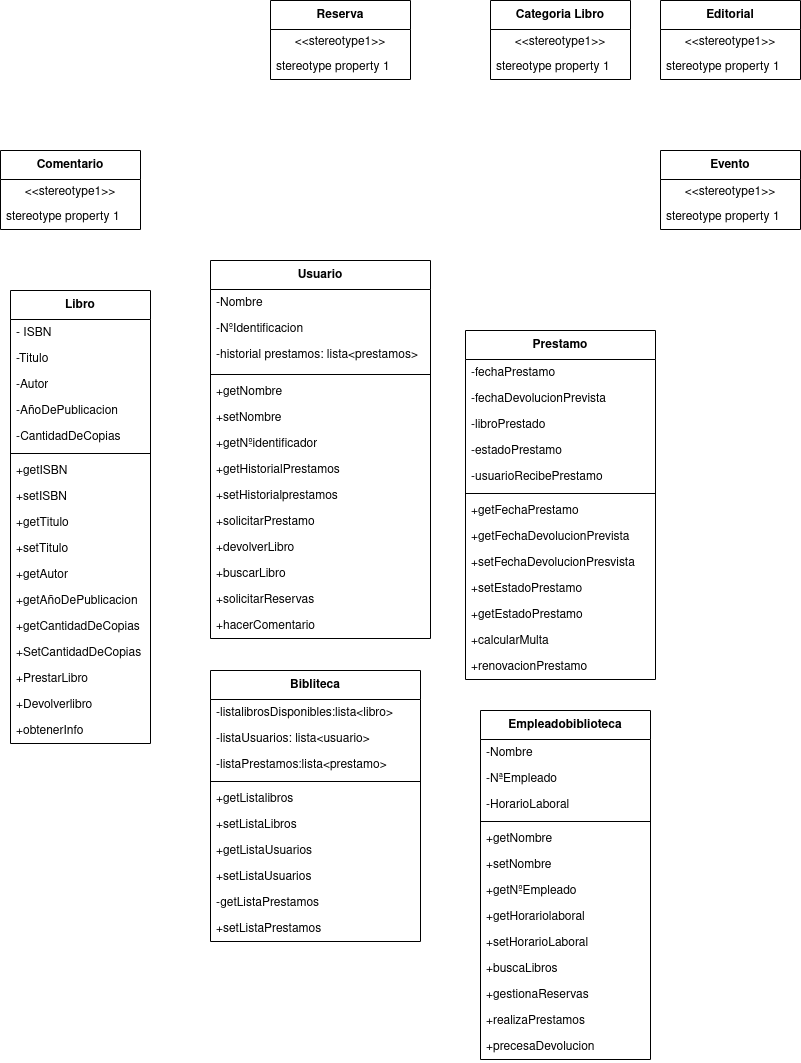
The draw.io diagram practicas/DiagramaDeClasesProyecto.png in adogonz23/programacion, before a commit. Source tidied: cells renumbered, new cells last; positions are measured from the earlier drawing's top-left corner, leaving out a move shared by most shapes.
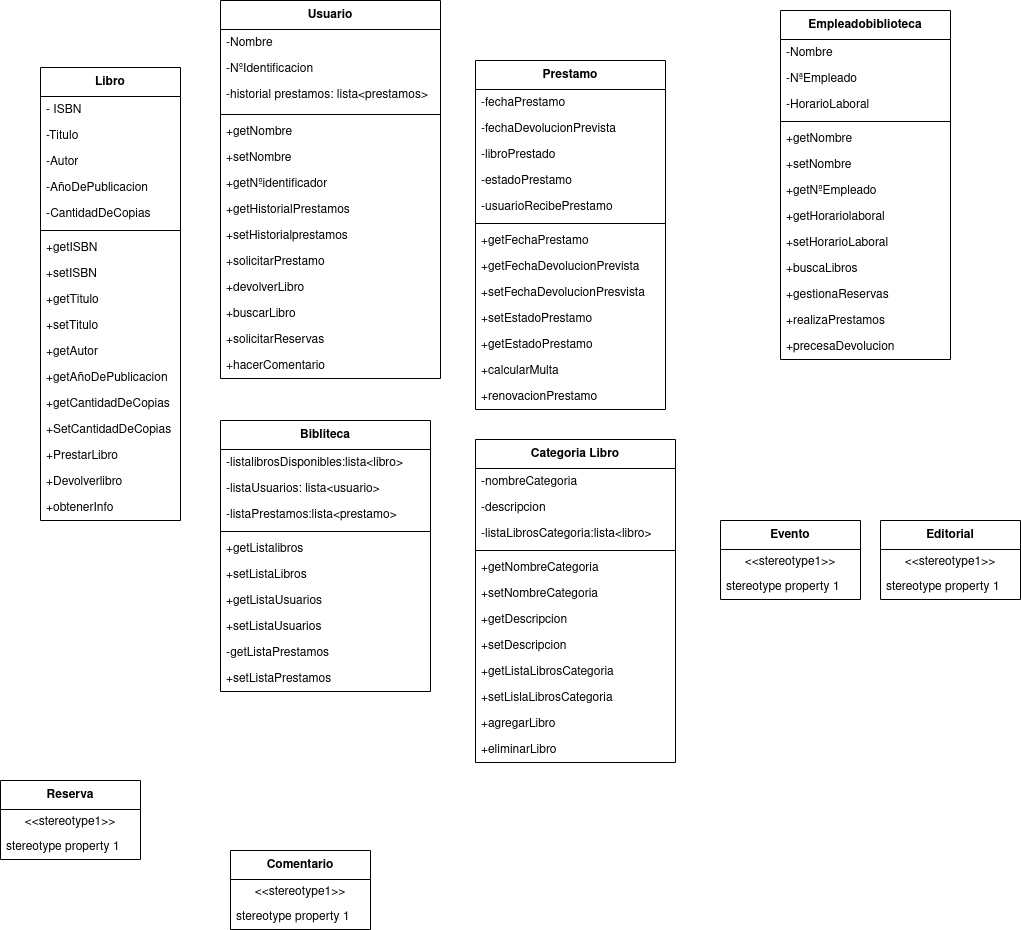
Above is the later version.

What changed in the source:
```diff
@@ -1,9 +1,9 @@
-<mxGraphModel>
+<mxGraphModel background="#ffffff">
   <root>
     <mxCell id="0" />
     <mxCell id="1" parent="0" />
     <mxCell id="2" value="Bibliteca" style="swimlane;fontStyle=1;align=center;verticalAlign=middle;horizontal=1;startSize=29;html=1;whiteSpace=wrap;" parent="1" vertex="1">
-      <mxGeometry x="210" y="670" width="210" height="271" as="geometry" />
+      <mxGeometry x="210" y="410" width="210" height="271" as="geometry" />
     </mxCell>
     <mxCell id="3" value="-listalibrosDisponibles:lista&amp;lt;libro&amp;gt;" style="text;strokeColor=none;fillColor=none;align=left;verticalAlign=top;spacingLeft=4;spacingRight=4;overflow=hidden;whiteSpace=wrap;html=1;" parent="2" vertex="1">
       <mxGeometry y="29" width="210" height="26" as="geometry" />
@@ -36,7 +36,7 @@
       <mxGeometry y="245" width="210" height="26" as="geometry" />
     </mxCell>
     <mxCell id="13" value="Prestamo" style="swimlane;fontStyle=1;align=center;verticalAlign=middle;horizontal=1;startSize=29;html=1;whiteSpace=wrap;" parent="1" vertex="1">
-      <mxGeometry x="465" y="330" width="190" height="349" as="geometry" />
+      <mxGeometry x="465" y="50" width="190" height="349" as="geometry" />
     </mxCell>
     <mxCell id="14" value="-fechaPrestamo" style="text;strokeColor=none;fillColor=none;align=left;verticalAlign=top;spacingLeft=4;spacingRight=4;overflow=hidden;whiteSpace=wrap;html=1;" parent="13" vertex="1">
       <mxGeometry y="29" width="190" height="26" as="geometry" />
@@ -78,7 +78,7 @@
       <mxGeometry y="323" width="190" height="26" as="geometry" />
     </mxCell>
     <mxCell id="27" value="Usuario" style="swimlane;fontStyle=1;align=center;verticalAlign=middle;horizontal=1;startSize=29;html=1;whiteSpace=wrap;" parent="1" vertex="1">
-      <mxGeometry x="210" y="260" width="220" height="378" as="geometry" />
+      <mxGeometry x="210" y="-10" width="220" height="378" as="geometry" />
     </mxCell>
     <mxCell id="28" value="-Nombre" style="text;strokeColor=none;fillColor=none;align=left;verticalAlign=top;spacingLeft=4;spacingRight=4;overflow=hidden;whiteSpace=wrap;html=1;" parent="27" vertex="1">
       <mxGeometry y="29" width="220" height="26" as="geometry" />
@@ -123,7 +123,7 @@
       <mxGeometry y="352" width="220" height="26" as="geometry" />
     </mxCell>
     <mxCell id="42" value="Libro" style="swimlane;fontStyle=1;align=center;verticalAlign=middle;horizontal=1;startSize=29;html=1;whiteSpace=wrap;" parent="1" vertex="1">
-      <mxGeometry x="10" y="290" width="140" height="453" as="geometry" />
+      <mxGeometry x="30" y="57" width="140" height="453" as="geometry" />
     </mxCell>
     <mxCell id="43" value="- ISBN " style="text;strokeColor=none;fillColor=none;align=left;verticalAlign=top;spacingLeft=4;spacingRight=4;overflow=hidden;whiteSpace=wrap;html=1;" parent="42" vertex="1">
       <mxGeometry y="29" width="140" height="26" as="geometry" />
@@ -177,7 +177,7 @@
       <mxGeometry y="427" width="140" height="26" as="geometry" />
     </mxCell>
     <mxCell id="60" value="Reserva" style="swimlane;fontStyle=1;align=center;verticalAlign=middle;horizontal=1;startSize=29;html=1;whiteSpace=wrap;" parent="1" vertex="1">
-      <mxGeometry x="270" width="140" height="79" as="geometry" />
+      <mxGeometry x="-10" y="770" width="140" height="79" as="geometry" />
     </mxCell>
     <mxCell id="61" value="&amp;lt;&amp;lt;stereotype1&amp;gt;&amp;gt;" style="text;html=1;strokeColor=none;fillColor=none;align=center;verticalAlign=middle;spacingLeft=4;spacingRight=4;overflow=hidden;whiteSpace=wrap;" parent="60" vertex="1">
       <mxGeometry y="29" width="140" height="25" as="geometry" />
@@ -186,7 +186,7 @@
       <mxGeometry y="54" width="140" height="25" as="geometry" />
     </mxCell>
     <mxCell id="63" value="Comentario" style="swimlane;fontStyle=1;align=center;verticalAlign=middle;horizontal=1;startSize=29;html=1;whiteSpace=wrap;" parent="1" vertex="1">
-      <mxGeometry y="150" width="140" height="79" as="geometry" />
+      <mxGeometry x="220" y="840" width="140" height="79" as="geometry" />
     </mxCell>
     <mxCell id="64" value="&amp;lt;&amp;lt;stereotype1&amp;gt;&amp;gt;" style="text;html=1;strokeColor=none;fillColor=none;align=center;verticalAlign=middle;spacingLeft=4;spacingRight=4;overflow=hidden;whiteSpace=wrap;" parent="63" vertex="1">
       <mxGeometry y="29" width="140" height="25" as="geometry" />
@@ -195,7 +195,7 @@
       <mxGeometry y="54" width="140" height="25" as="geometry" />
     </mxCell>
     <mxCell id="66" value="Evento" style="swimlane;fontStyle=1;align=center;verticalAlign=middle;horizontal=1;startSize=29;html=1;whiteSpace=wrap;" parent="1" vertex="1">
-      <mxGeometry x="660" y="150" width="140" height="79" as="geometry" />
+      <mxGeometry x="710" y="510" width="140" height="79" as="geometry" />
     </mxCell>
     <mxCell id="67" value="&amp;lt;&amp;lt;stereotype1&amp;gt;&amp;gt;" style="text;html=1;strokeColor=none;fillColor=none;align=center;verticalAlign=middle;spacingLeft=4;spacingRight=4;overflow=hidden;whiteSpace=wrap;" parent="66" vertex="1">
       <mxGeometry y="29" width="140" height="25" as="geometry" />
@@ -204,7 +204,7 @@
       <mxGeometry y="54" width="140" height="25" as="geometry" />
     </mxCell>
     <mxCell id="69" value="Editorial" style="swimlane;fontStyle=1;align=center;verticalAlign=middle;horizontal=1;startSize=29;html=1;whiteSpace=wrap;" parent="1" vertex="1">
-      <mxGeometry x="660" width="140" height="79" as="geometry" />
+      <mxGeometry x="870" y="510" width="140" height="79" as="geometry" />
     </mxCell>
     <mxCell id="70" value="&amp;lt;&amp;lt;stereotype1&amp;gt;&amp;gt;" style="text;html=1;strokeColor=none;fillColor=none;align=center;verticalAlign=middle;spacingLeft=4;spacingRight=4;overflow=hidden;whiteSpace=wrap;" parent="69" vertex="1">
       <mxGeometry y="29" width="140" height="25" as="geometry" />
@@ -213,7 +213,7 @@
       <mxGeometry y="54" width="140" height="25" as="geometry" />
     </mxCell>
     <mxCell id="72" value="Empleadobiblioteca" style="swimlane;fontStyle=1;align=center;verticalAlign=middle;horizontal=1;startSize=29;html=1;whiteSpace=wrap;" parent="1" vertex="1">
-      <mxGeometry x="480" y="710" width="170" height="349" as="geometry" />
+      <mxGeometry x="770" width="170" height="349" as="geometry" />
     </mxCell>
     <mxCell id="73" value="-Nombre" style="text;strokeColor=none;fillColor=none;align=left;verticalAlign=top;spacingLeft=4;spacingRight=4;overflow=hidden;whiteSpace=wrap;html=1;" parent="72" vertex="1">
       <mxGeometry y="29" width="170" height="26" as="geometry" />
@@ -255,13 +255,43 @@
       <mxGeometry y="323" width="170" height="26" as="geometry" />
     </mxCell>
     <mxCell id="86" value="Categoria Libro" style="swimlane;fontStyle=1;align=center;verticalAlign=middle;horizontal=1;startSize=29;html=1;whiteSpace=wrap;" parent="1" vertex="1">
-      <mxGeometry x="490" width="140" height="79" as="geometry" />
+      <mxGeometry x="465" y="429" width="200" height="323" as="geometry" />
     </mxCell>
-    <mxCell id="87" value="&amp;lt;&amp;lt;stereotype1&amp;gt;&amp;gt;" style="text;html=1;strokeColor=none;fillColor=none;align=center;verticalAlign=middle;spacingLeft=4;spacingRight=4;overflow=hidden;whiteSpace=wrap;" parent="86" vertex="1">
-      <mxGeometry y="29" width="140" height="25" as="geometry" />
-    </mxCell>
-    <mxCell id="88" value="stereotype property 1" style="text;html=1;strokeColor=none;fillColor=none;align=left;verticalAlign=middle;spacingLeft=4;spacingRight=4;overflow=hidden;whiteSpace=wrap;" parent="86" vertex="1">
-      <mxGeometry y="54" width="140" height="25" as="geometry" />
-    </mxCell>
+    <mxCell id="89" value="-nombreCategoria" style="text;strokeColor=none;fillColor=none;align=left;verticalAlign=top;spacingLeft=4;spacingRight=4;overflow=hidden;whiteSpace=wrap;html=1;" parent="86" vertex="1">
+      <mxGeometry y="29" width="200" height="26" as="geometry" />
+    </mxCell>
+    <mxCell id="90" value="-descripcion" style="text;strokeColor=none;fillColor=none;align=left;verticalAlign=top;spacingLeft=4;spacingRight=4;overflow=hidden;whiteSpace=wrap;html=1;" parent="86" vertex="1">
+      <mxGeometry y="55" width="200" height="26" as="geometry" />
+    </mxCell>
+    <mxCell id="91" value="-listaLibrosCategoria:lista&amp;lt;libro&amp;gt;" style="text;strokeColor=none;fillColor=none;align=left;verticalAlign=top;spacingLeft=4;spacingRight=4;overflow=hidden;whiteSpace=wrap;html=1;" parent="86" vertex="1">
+      <mxGeometry y="81" width="200" height="26" as="geometry" />
+    </mxCell>
+    <mxCell id="92" style="line;strokeWidth=1;fillColor=none;align=left;verticalAlign=middle;spacingTop=-1;spacingLeft=3;spacingRight=3;labelPosition=right;strokeColor=inherit;" parent="86" vertex="1">
+      <mxGeometry y="107" width="200" height="8" as="geometry" />
+    </mxCell>
+    <mxCell id="93" value="+getNombreCategoria" style="text;strokeColor=none;fillColor=none;align=left;verticalAlign=top;spacingLeft=4;spacingRight=4;overflow=hidden;whiteSpace=wrap;html=1;" parent="86" vertex="1">
+      <mxGeometry y="115" width="200" height="26" as="geometry" />
+    </mxCell>
+    <mxCell id="94" value="+setNombreCategoria" style="text;strokeColor=none;fillColor=none;align=left;verticalAlign=top;spacingLeft=4;spacingRight=4;overflow=hidden;whiteSpace=wrap;html=1;" parent="86" vertex="1">
+      <mxGeometry y="141" width="200" height="26" as="geometry" />
+    </mxCell>
+    <mxCell id="95" value="+getDescripcion" style="text;strokeColor=none;fillColor=none;align=left;verticalAlign=top;spacingLeft=4;spacingRight=4;overflow=hidden;whiteSpace=wrap;html=1;" parent="86" vertex="1">
+      <mxGeometry y="167" width="200" height="26" as="geometry" />
+    </mxCell>
+    <mxCell id="96" value="+setDescripcion" style="text;strokeColor=none;fillColor=none;align=left;verticalAlign=top;spacingLeft=4;spacingRight=4;overflow=hidden;whiteSpace=wrap;html=1;" parent="86" vertex="1">
+      <mxGeometry y="193" width="200" height="26" as="geometry" />
+    </mxCell>
+    <mxCell id="97" value="+getListaLibrosCategoria" style="text;strokeColor=none;fillColor=none;align=left;verticalAlign=top;spacingLeft=4;spacingRight=4;overflow=hidden;whiteSpace=wrap;html=1;" parent="86" vertex="1">
+      <mxGeometry y="219" width="200" height="26" as="geometry" />
+    </mxCell>
+    <mxCell id="98" value="+setLislaLibrosCategoria" style="text;strokeColor=none;fillColor=none;align=left;verticalAlign=top;spacingLeft=4;spacingRight=4;overflow=hidden;whiteSpace=wrap;html=1;" parent="86" vertex="1">
+      <mxGeometry y="245" width="200" height="26" as="geometry" />
+    </mxCell>
+    <mxCell id="99" value="+agregarLibro" style="text;strokeColor=none;fillColor=none;align=left;verticalAlign=top;spacingLeft=4;spacingRight=4;overflow=hidden;whiteSpace=wrap;html=1;" parent="86" vertex="1">
+      <mxGeometry y="271" width="200" height="26" as="geometry" />
+    </mxCell>
+    <mxCell id="100" value="+eliminarLibro" style="text;strokeColor=none;fillColor=none;align=left;verticalAlign=top;spacingLeft=4;spacingRight=4;overflow=hidden;whiteSpace=wrap;html=1;" parent="86" vertex="1">
+      <mxGeometry y="297" width="200" height="26" as="geometry" />
+    </mxCell>
   </root>
 </mxGraphModel>
```
